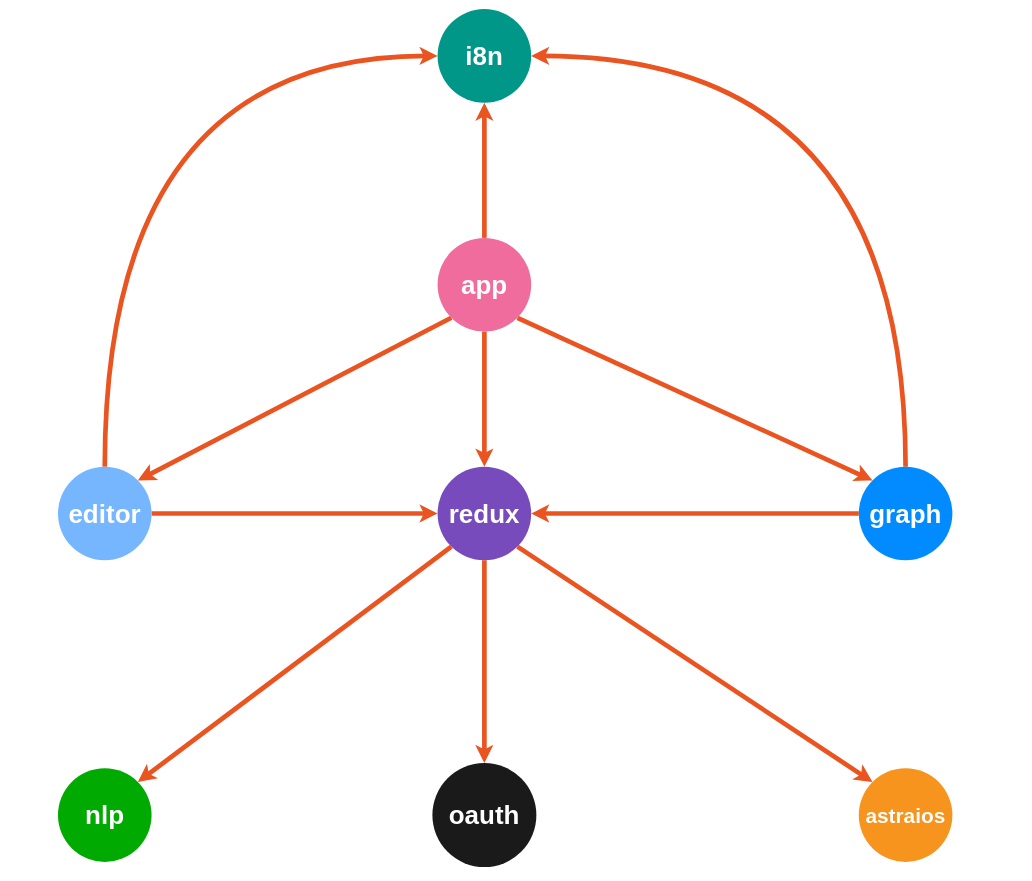
Before: docs/docs/development/img/dependency-diagram.drawio in paion-data/nexusgraph, a draw.io diagram. Source tidied: cells renumbered, new cells numbered last; positions are measured from the earlier drawing's top-left corner, leaving out a move shared by most shapes. Both pictures are drawn from the tidied source at 52%, with x=0, y=0 at pixel (58, 9).
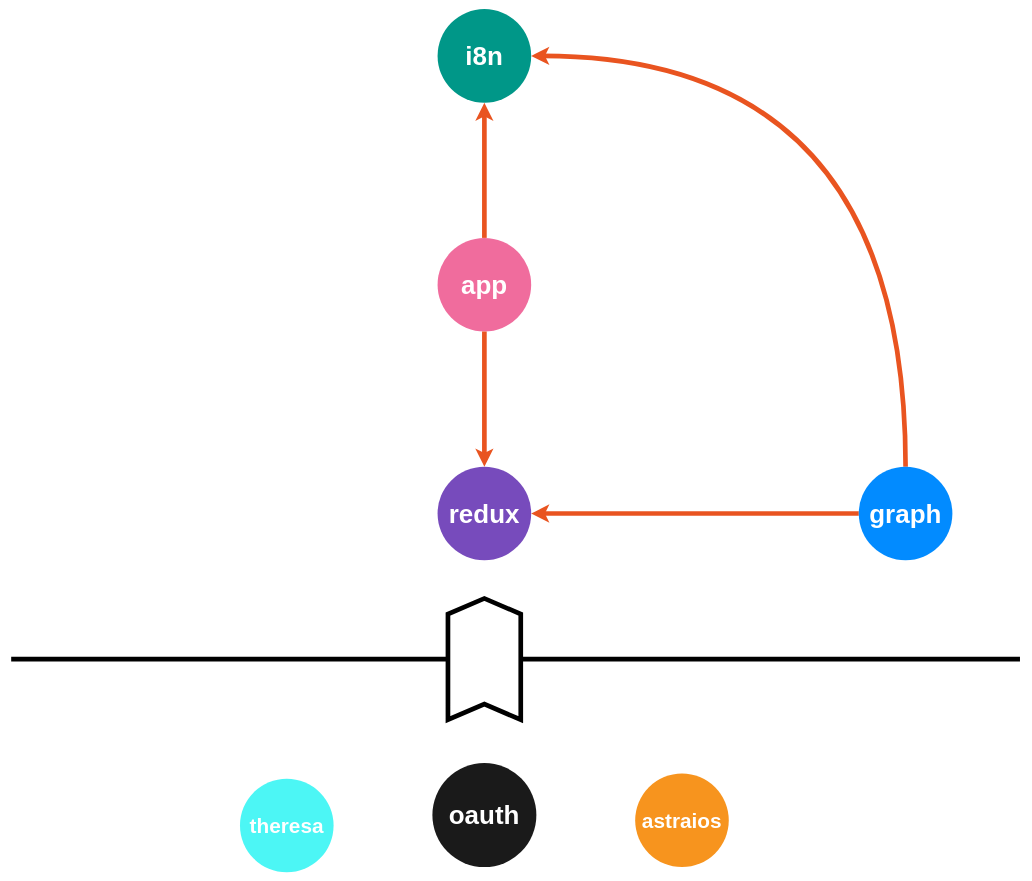
After the change.

The change refers to these unchanged cells:
```xml
<mxCell id="18" value="&lt;font size=&quot;1&quot; face=&quot;Ubuntu&quot; color=&quot;#ffffff&quot;&gt;&lt;b style=&quot;font-size: 50px;&quot;&gt;graph&lt;/b&gt;&lt;/font&gt;" style="ellipse;whiteSpace=wrap;html=1;fillColor=#028BFF;strokeColor=none;" parent="1" vertex="1">
  <mxGeometry x="1540" y="880" width="180" height="180" as="geometry" />
</mxCell>
```

What changed in the source:
```diff
@@
+    <mxCell id="3" value="&lt;font size=&quot;1&quot; color=&quot;#ffffff&quot; face=&quot;Ubuntu&quot; style=&quot;&quot;&gt;&lt;b style=&quot;font-size: 50px;&quot;&gt;i8n&lt;/b&gt;&lt;/font&gt;" style="ellipse;whiteSpace=wrap;html=1;fillColor=#009788;strokeColor=none;" parent="1" vertex="1">
+      <mxGeometry x="730" width="180" height="180" as="geometry" />
+    </mxCell>
+    <mxCell id="7" value="&lt;font size=&quot;1&quot; color=&quot;#ffffff&quot; face=&quot;Ubuntu&quot; style=&quot;&quot;&gt;&lt;b style=&quot;font-size: 50px;&quot;&gt;app&lt;/b&gt;&lt;/font&gt;" style="ellipse;whiteSpace=wrap;html=1;fillColor=#F06C9D;strokeColor=none;" parent="1" vertex="1">
+      <mxGeometry x="730" y="440" width="180" height="180" as="geometry" />
+    </mxCell>
@@
-    <mxCell id="3" value="&lt;font size=&quot;1&quot; color=&quot;#ffffff&quot; face=&quot;Ubuntu&quot; style=&quot;&quot;&gt;&lt;b style=&quot;font-size: 50px;&quot;&gt;i8n&lt;/b&gt;&lt;/font&gt;" style="ellipse;whiteSpace=wrap;html=1;fillColor=#009788;strokeColor=none;" parent="1" vertex="1">
-      <mxGeometry x="730" width="180" height="180" as="geometry" />
-    </mxCell>
+    <mxCell id="8" value="&lt;font size=&quot;1&quot; color=&quot;#ffffff&quot; face=&quot;Ubuntu&quot; style=&quot;&quot;&gt;&lt;b style=&quot;font-size: 50px;&quot;&gt;oauth&lt;/b&gt;&lt;/font&gt;" style="ellipse;whiteSpace=wrap;html=1;fillColor=#1A1A1A;strokeColor=none;" parent="1" vertex="1">
+      <mxGeometry x="720" y="1450" width="200" height="200" as="geometry" />
+    </mxCell>
+    <mxCell id="15" value="&lt;font size=&quot;1&quot; face=&quot;Ubuntu&quot; color=&quot;#ffffff&quot;&gt;&lt;b style=&quot;font-size: 50px;&quot;&gt;redux&lt;/b&gt;&lt;/font&gt;" style="ellipse;whiteSpace=wrap;html=1;fillColor=#774BBC;strokeColor=none;" parent="1" vertex="1">
+      <mxGeometry x="730" y="880" width="180" height="180" as="geometry" />
+    </mxCell>
@@
-    <mxCell id="5" style="rounded=0;jettySize=auto;html=1;exitX=0;exitY=1;exitDx=0;exitDy=0;entryX=1;entryY=0;entryDx=0;entryDy=0;strokeColor=#E95420;strokeWidth=9;" parent="1" edge="1" source="7" target="11">
-      <mxGeometry relative="1" as="geometry" />
-    </mxCell>
-    <mxCell id="6" style="rounded=0;jettySize=auto;html=1;exitX=1;exitY=1;exitDx=0;exitDy=0;entryX=0;entryY=0;entryDx=0;entryDy=0;strokeColor=#E95420;strokeWidth=9;" parent="1" edge="1" source="7" target="18">
-      <mxGeometry relative="1" as="geometry" />
-    </mxCell>
-    <mxCell id="7" value="&lt;font size=&quot;1&quot; color=&quot;#ffffff&quot; face=&quot;Ubuntu&quot; style=&quot;&quot;&gt;&lt;b style=&quot;font-size: 50px;&quot;&gt;app&lt;/b&gt;&lt;/font&gt;" style="ellipse;whiteSpace=wrap;html=1;fillColor=#F06C9D;strokeColor=none;" parent="1" vertex="1">
-      <mxGeometry x="730" y="440" width="180" height="180" as="geometry" />
-    </mxCell>
-    <mxCell id="8" value="&lt;font size=&quot;1&quot; color=&quot;#ffffff&quot; face=&quot;Ubuntu&quot; style=&quot;&quot;&gt;&lt;b style=&quot;font-size: 50px;&quot;&gt;oauth&lt;/b&gt;&lt;/font&gt;" style="ellipse;whiteSpace=wrap;html=1;fillColor=#1A1A1A;strokeColor=none;" parent="1" vertex="1">
-      <mxGeometry x="720" y="1450" width="200" height="200" as="geometry" />
-    </mxCell>
-    <mxCell id="9" style="edgeStyle=orthogonalEdgeStyle;rounded=0;jettySize=auto;html=1;exitX=1;exitY=0.5;exitDx=0;exitDy=0;strokeColor=#E95420;strokeWidth=9;" parent="1" edge="1" source="11" target="15">
-      <mxGeometry relative="1" as="geometry" />
-    </mxCell>
-    <mxCell id="10" style="edgeStyle=orthogonalEdgeStyle;rounded=0;jettySize=auto;html=1;exitX=0.5;exitY=0;exitDx=0;exitDy=0;entryX=0;entryY=0.5;entryDx=0;entryDy=0;strokeWidth=9;strokeColor=#E95420;curved=1;" parent="1" edge="1" source="11" target="3">
-      <mxGeometry relative="1" as="geometry" />
-    </mxCell>
-    <mxCell id="11" value="&lt;font size=&quot;1&quot; face=&quot;Ubuntu&quot; color=&quot;#ffffff&quot;&gt;&lt;b style=&quot;font-size: 50px;&quot;&gt;editor&lt;/b&gt;&lt;/font&gt;" style="ellipse;whiteSpace=wrap;html=1;fillColor=#76B6FF;strokeColor=none;" parent="1" vertex="1">
-      <mxGeometry y="880" width="180" height="180" as="geometry" />
-    </mxCell>
-    <mxCell id="12" style="rounded=0;jettySize=auto;html=1;exitX=0;exitY=1;exitDx=0;exitDy=0;entryX=1;entryY=0;entryDx=0;entryDy=0;strokeColor=#E95420;strokeWidth=9;" parent="1" edge="1" source="15" target="20">
-      <mxGeometry relative="1" as="geometry" />
-    </mxCell>
-    <mxCell id="13" style="rounded=0;jettySize=auto;html=1;exitX=1;exitY=1;exitDx=0;exitDy=0;entryX=0;entryY=0;entryDx=0;entryDy=0;strokeWidth=9;strokeColor=#E95420;" parent="1" edge="1" source="15" target="19">
-      <mxGeometry relative="1" as="geometry" />
-    </mxCell>
-    <mxCell id="14" style="rounded=0;jettySize=auto;html=1;exitX=0.5;exitY=1;exitDx=0;exitDy=0;entryX=0.5;entryY=0;entryDx=0;entryDy=0;strokeColor=#E95420;strokeWidth=9;" parent="1" edge="1" source="15" target="8">
-      <mxGeometry relative="1" as="geometry" />
-    </mxCell>
-    <mxCell id="15" value="&lt;font size=&quot;1&quot; face=&quot;Ubuntu&quot; color=&quot;#ffffff&quot;&gt;&lt;b style=&quot;font-size: 50px;&quot;&gt;redux&lt;/b&gt;&lt;/font&gt;" style="ellipse;whiteSpace=wrap;html=1;fillColor=#774BBC;strokeColor=none;" parent="1" vertex="1">
-      <mxGeometry x="730" y="880" width="180" height="180" as="geometry" />
-    </mxCell>
@@
     <mxCell id="19" value="&lt;font size=&quot;1&quot; face=&quot;Ubuntu&quot; color=&quot;#ffffff&quot;&gt;&lt;b style=&quot;font-size: 40px;&quot;&gt;astraios&lt;/b&gt;&lt;/font&gt;" style="ellipse;whiteSpace=wrap;html=1;fillColor=#F7941E;strokeColor=none;" parent="1" vertex="1">
-      <mxGeometry x="1540" y="1460" width="180" height="180" as="geometry" />
+      <mxGeometry x="1110" y="1470" width="180" height="180" as="geometry" />
     </mxCell>
-    <mxCell id="20" value="&lt;font size=&quot;1&quot; face=&quot;Ubuntu&quot; color=&quot;#ffffff&quot;&gt;&lt;b style=&quot;font-size: 50px;&quot;&gt;nlp&lt;/b&gt;&lt;/font&gt;" style="ellipse;whiteSpace=wrap;html=1;fillColor=#00AA00;strokeColor=none;" parent="1" vertex="1">
-      <mxGeometry y="1460" width="180" height="180" as="geometry" />
-    </mxCell>
+    <mxCell id="21" value="&lt;font face=&quot;Ubuntu&quot; color=&quot;#ffffff&quot;&gt;&lt;span style=&quot;font-size: 40px;&quot;&gt;&lt;b&gt;theresa&lt;/b&gt;&lt;/span&gt;&lt;/font&gt;" style="ellipse;whiteSpace=wrap;html=1;fillColor=#4CF6F5;strokeColor=none;" parent="1" vertex="1">
+      <mxGeometry x="350" y="1480" width="180" height="180" as="geometry" />
+    </mxCell>
+    <mxCell id="22" style="endArrow=none;html=1;rounded=0;strokeWidth=9;" parent="1" edge="1">
+      <mxGeometry relative="1" as="geometry">
+        <mxPoint x="-90" y="1250" as="sourcePoint" />
+        <mxPoint x="1850" y="1250" as="targetPoint" />
+      </mxGeometry>
+    </mxCell>
+    <mxCell id="23" style="html=1;shadow=0;dashed=0;align=center;verticalAlign=middle;shape=mxgraph.arrows2.arrow;dy=0;dx=30;notch=30;rotation=-90;strokeWidth=9;" parent="1" vertex="1">
+      <mxGeometry x="703.3" y="1180" width="233.3" height="140" as="geometry" />
+    </mxCell>
```
